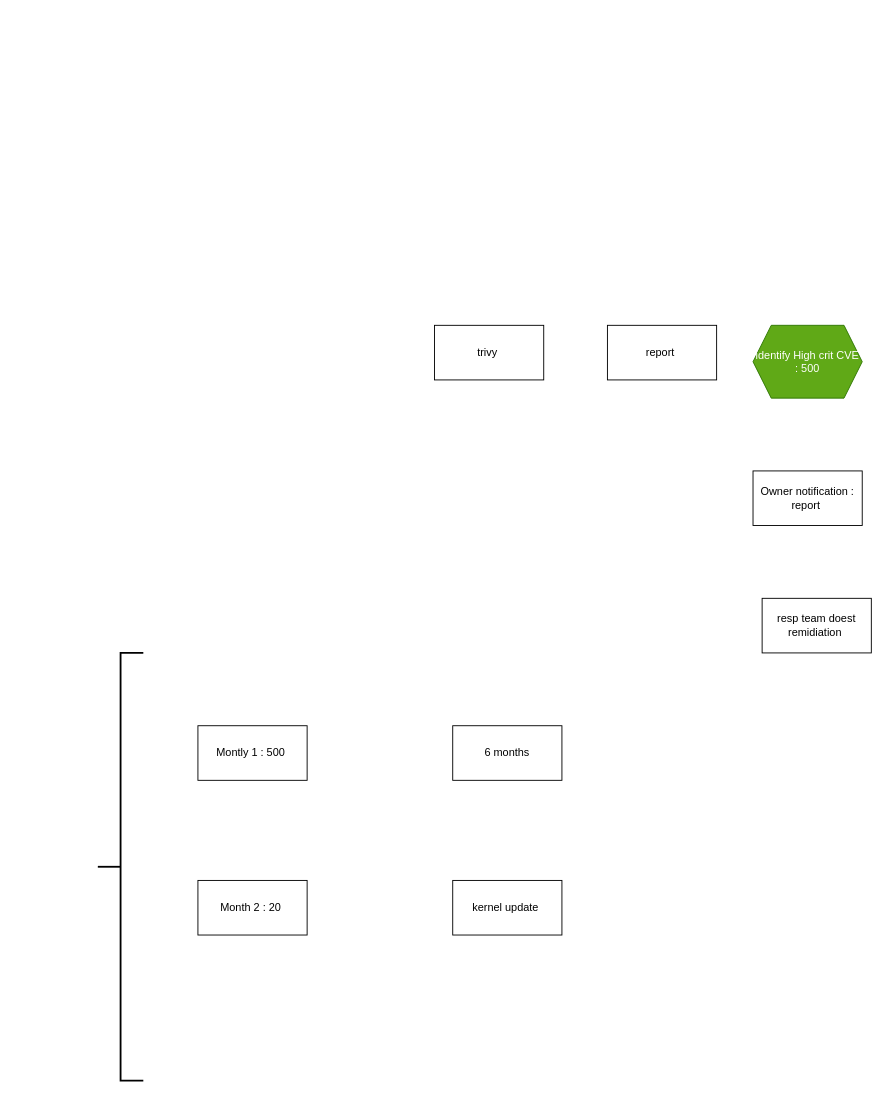
aaiyanna1/drawio keeps this draw.io diagram as possible_patching_cadence_flow.drawio. Above is the earlier version. Source tidied: cells renumbered, new cells numbered last; positions are measured from the earlier drawing's top-left corner, leaving out a move shared by most shapes. Both pictures are drawn from the tidied source at 91%, with x=0, y=0 at pixel (97, 325).
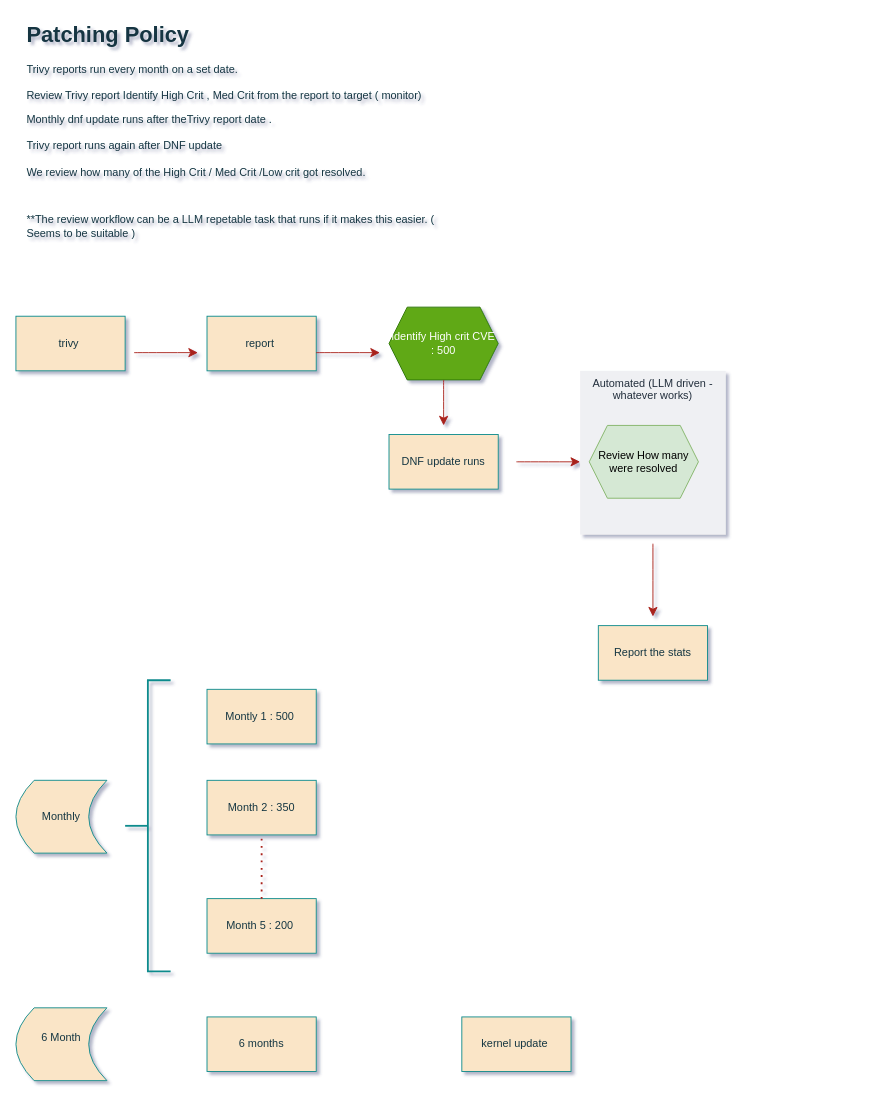
After the change.

Diff of the diagram source:
```diff
@@
-<mxGraphModel>
+<mxGraphModel shadow="1">
@@
+    <mxCell id="12" value="Automated (LLM driven - whatever works)" style="fillColor=#EFF0F3;strokeColor=none;dashed=0;verticalAlign=top;fontStyle=0;fontColor=#232F3D;whiteSpace=wrap;html=1;" parent="1" vertex="1">
+      <mxGeometry x="530" y="50" width="160" height="180" as="geometry" />
+    </mxCell>
-    <mxCell id="2" value="trivy&amp;nbsp;" style="rounded=0;whiteSpace=wrap;html=1;" parent="1" vertex="1">
-      <mxGeometry x="370" width="120" height="60" as="geometry" />
+    <mxCell id="2" value="trivy&amp;nbsp;" style="rounded=0;whiteSpace=wrap;html=1;labelBackgroundColor=none;fillColor=#FAE5C7;strokeColor=#0F8B8D;fontColor=#143642;" parent="1" vertex="1">
+      <mxGeometry x="-90" y="-10" width="120" height="60" as="geometry" />
     </mxCell>
-    <mxCell id="3" value="report&amp;nbsp;" style="rounded=0;whiteSpace=wrap;html=1;" parent="1" vertex="1">
-      <mxGeometry x="560" width="120" height="60" as="geometry" />
+    <mxCell id="3" value="report&amp;nbsp;" style="rounded=0;whiteSpace=wrap;html=1;labelBackgroundColor=none;fillColor=#FAE5C7;strokeColor=#0F8B8D;fontColor=#143642;" parent="1" vertex="1">
+      <mxGeometry x="120" y="-10" width="120" height="60" as="geometry" />
     </mxCell>
-    <mxCell id="4" value="identify High crit CVE : 500" style="shape=hexagon;perimeter=hexagonPerimeter2;whiteSpace=wrap;html=1;shapeInside=1;fixedSize=1;fillColor=#60a917;fontColor=#ffffff;strokeColor=#2D7600;" parent="1" vertex="1">
-      <mxGeometry x="720" width="120" height="80" as="geometry" />
+    <mxCell id="4" value="identify High crit CVE : 500" style="shape=hexagon;perimeter=hexagonPerimeter2;whiteSpace=wrap;html=1;shapeInside=1;fixedSize=1;fillColor=#60a917;fontColor=#ffffff;strokeColor=#2D7600;labelBackgroundColor=none;rounded=0;" parent="1" vertex="1">
+      <mxGeometry x="320" y="-20" width="120" height="80" as="geometry" />
     </mxCell>
-    <mxCell id="5" value="Owner notification : report&amp;nbsp;" style="rounded=0;whiteSpace=wrap;html=1;" parent="1" vertex="1">
-      <mxGeometry x="720" y="160" width="120" height="60" as="geometry" />
+    <mxCell id="5" value="DNF update runs" style="rounded=0;whiteSpace=wrap;html=1;labelBackgroundColor=none;fillColor=#FAE5C7;strokeColor=#0F8B8D;fontColor=#143642;" parent="1" vertex="1">
+      <mxGeometry x="320" y="120" width="120" height="60" as="geometry" />
     </mxCell>
-    <mxCell id="6" value="resp team doest remidiation&amp;nbsp;" style="rounded=0;whiteSpace=wrap;html=1;" parent="1" vertex="1">
-      <mxGeometry x="730" y="300" width="120" height="60" as="geometry" />
+    <mxCell id="6" value="Report the stats" style="rounded=0;whiteSpace=wrap;html=1;labelBackgroundColor=none;fillColor=#FAE5C7;strokeColor=#0F8B8D;fontColor=#143642;" parent="1" vertex="1">
+      <mxGeometry x="550" y="330" width="120" height="60" as="geometry" />
     </mxCell>
-    <mxCell id="7" value="Montly 1 : 500&amp;nbsp;" style="rounded=0;whiteSpace=wrap;html=1;" parent="1" vertex="1">
-      <mxGeometry x="110" y="440" width="120" height="60" as="geometry" />
+    <mxCell id="7" value="Montly 1 : 500&amp;nbsp;" style="rounded=0;whiteSpace=wrap;html=1;labelBackgroundColor=none;fillColor=#FAE5C7;strokeColor=#0F8B8D;fontColor=#143642;" parent="1" vertex="1">
+      <mxGeometry x="120" y="400" width="120" height="60" as="geometry" />
     </mxCell>
-    <mxCell id="8" value="6 months" style="rounded=0;whiteSpace=wrap;html=1;" parent="1" vertex="1">
-      <mxGeometry x="390" y="440" width="120" height="60" as="geometry" />
+    <mxCell id="8" value="6 months" style="rounded=0;whiteSpace=wrap;html=1;labelBackgroundColor=none;fillColor=#FAE5C7;strokeColor=#0F8B8D;fontColor=#143642;" parent="1" vertex="1">
+      <mxGeometry x="120" y="760" width="120" height="60" as="geometry" />
     </mxCell>
-    <mxCell id="9" value="Month 2 : 20&amp;nbsp;" style="rounded=0;whiteSpace=wrap;html=1;" parent="1" vertex="1">
-      <mxGeometry x="110" y="610" width="120" height="60" as="geometry" />
+    <mxCell id="9" value="Month 2 : 350" style="rounded=0;whiteSpace=wrap;html=1;labelBackgroundColor=none;fillColor=#FAE5C7;strokeColor=#0F8B8D;fontColor=#143642;" parent="1" vertex="1">
+      <mxGeometry x="120" y="500" width="120" height="60" as="geometry" />
     </mxCell>
-    <mxCell id="10" value="kernel update&amp;nbsp;" style="rounded=0;whiteSpace=wrap;html=1;" parent="1" vertex="1">
-      <mxGeometry x="390" y="610" width="120" height="60" as="geometry" />
+    <mxCell id="10" value="kernel update&amp;nbsp;" style="rounded=0;whiteSpace=wrap;html=1;labelBackgroundColor=none;fillColor=#FAE5C7;strokeColor=#0F8B8D;fontColor=#143642;" parent="1" vertex="1">
+      <mxGeometry x="400" y="760" width="120" height="60" as="geometry" />
     </mxCell>
-    <mxCell id="11" style="strokeWidth=2;html=1;shape=mxgraph.flowchart.annotation_2;align=left;labelPosition=right;" parent="1" vertex="1">
-      <mxGeometry y="360" width="50" height="470" as="geometry" />
+    <mxCell id="11" style="strokeWidth=2;html=1;shape=mxgraph.flowchart.annotation_2;align=left;labelPosition=right;labelBackgroundColor=none;fillColor=#FAE5C7;strokeColor=#0F8B8D;fontColor=#143642;rounded=0;" parent="1" vertex="1">
+      <mxGeometry x="30" y="390" width="50" height="320" as="geometry" />
     </mxCell>
+    <mxCell id="13" value="Month 5 : 200&amp;nbsp;" style="rounded=0;whiteSpace=wrap;html=1;labelBackgroundColor=none;fillColor=#FAE5C7;strokeColor=#0F8B8D;fontColor=#143642;" parent="1" vertex="1">
+      <mxGeometry x="120" y="630" width="120" height="60" as="geometry" />
+    </mxCell>
+    <mxCell id="14" style="endArrow=none;dashed=1;html=1;dashPattern=1 3;strokeWidth=2;rounded=0;fontSize=12;startSize=8;endSize=8;curved=1;exitX=0.5;exitY=0;exitDx=0;exitDy=0;entryX=0.5;entryY=1;entryDx=0;entryDy=0;labelBackgroundColor=none;strokeColor=#A8201A;fontColor=default;" parent="1" edge="1" source="13" target="9">
+      <mxGeometry relative="1" as="geometry" />
+    </mxCell>
+    <mxCell id="15" value="Monthly" style="shape=dataStorage;whiteSpace=wrap;html=1;shapeInside=1;fixedSize=1;labelBackgroundColor=none;fillColor=#FAE5C7;strokeColor=#0F8B8D;fontColor=#143642;rounded=0;" parent="1" vertex="1">
+      <mxGeometry x="-90" y="500" width="100" height="80" as="geometry" />
+    </mxCell>
+    <mxCell id="16" value="&lt;h1 style=&quot;margin-top: 0px;&quot;&gt;Patching Policy&lt;/h1&gt;&lt;div&gt;Trivy reports run every month on a set date.&amp;nbsp;&lt;/div&gt;&lt;div&gt;&lt;br&gt;&lt;/div&gt;&lt;div&gt;Review Trivy report Identify High Crit , Med Crit from the report to target ( monitor)&lt;/div&gt;&lt;p&gt;Monthly dnf update runs after theTrivy report date .&lt;br&gt;&lt;br&gt;Trivy report runs again after DNF update &lt;br&gt;&lt;br&gt;We review how many of the High Crit / Med Crit /Low crit got resolved.&amp;nbsp;&lt;/p&gt;&lt;p&gt;&lt;br&gt;&lt;/p&gt;&lt;p&gt;**The review workflow can be a LLM repetable task that runs if it makes this easier. ( Seems to be suitable )&amp;nbsp;&lt;/p&gt;" style="text;html=1;whiteSpace=wrap;overflow=hidden;rounded=0;labelBackgroundColor=none;fontColor=#143642;" parent="1" vertex="1">
+      <mxGeometry x="-80" y="-340" width="490" height="290" as="geometry" />
+    </mxCell>
+    <mxCell id="17" value="Review How many were resolved" style="shape=hexagon;perimeter=hexagonPerimeter2;whiteSpace=wrap;html=1;shapeInside=1;fixedSize=1;fillColor=#d5e8d4;strokeColor=#82b366;labelBackgroundColor=none;rounded=0;" parent="1" vertex="1">
+      <mxGeometry x="540" y="110" width="120" height="80" as="geometry" />
+    </mxCell>
+    <mxCell id="18" style="endArrow=classic;html=1;rounded=0;strokeColor=#A8201A;fontSize=12;fontColor=#143642;startSize=8;endSize=8;curved=1;fillColor=#FAE5C7;" parent="1" edge="1">
+      <mxGeometry relative="1" as="geometry">
+        <mxPoint x="40" y="30" as="sourcePoint" />
+        <mxPoint x="110" y="30" as="targetPoint" />
+      </mxGeometry>
+    </mxCell>
+    <mxCell id="19" style="endArrow=classic;html=1;rounded=0;strokeColor=#A8201A;fontSize=12;fontColor=#143642;startSize=8;endSize=8;curved=1;fillColor=#FAE5C7;" parent="1" edge="1">
+      <mxGeometry relative="1" as="geometry">
+        <mxPoint x="240" y="30" as="sourcePoint" />
+        <mxPoint x="310" y="30" as="targetPoint" />
+      </mxGeometry>
+    </mxCell>
+    <mxCell id="20" style="endArrow=classic;html=1;rounded=0;strokeColor=#A8201A;fontSize=12;fontColor=#143642;startSize=8;endSize=8;curved=1;fillColor=#FAE5C7;" parent="1" edge="1">
+      <mxGeometry relative="1" as="geometry">
+        <mxPoint x="460" y="150" as="sourcePoint" />
+        <mxPoint x="530" y="150" as="targetPoint" />
+      </mxGeometry>
+    </mxCell>
+    <mxCell id="21" style="endArrow=classic;html=1;rounded=0;strokeColor=#A8201A;fontSize=12;fontColor=#143642;startSize=8;endSize=8;curved=1;fillColor=#FAE5C7;" parent="1" edge="1">
+      <mxGeometry relative="1" as="geometry">
+        <mxPoint x="610" y="240" as="sourcePoint" />
+        <mxPoint x="610" y="320" as="targetPoint" />
+      </mxGeometry>
+    </mxCell>
+    <mxCell id="22" style="endArrow=classic;html=1;rounded=0;strokeColor=#A8201A;fontSize=12;fontColor=#143642;startSize=8;endSize=8;curved=1;fillColor=#FAE5C7;exitX=0.5;exitY=1;exitDx=0;exitDy=0;" parent="1" edge="1" source="4">
+      <mxGeometry relative="1" as="geometry">
+        <mxPoint x="380" y="110" as="targetPoint" />
+      </mxGeometry>
+    </mxCell>
+    <mxCell id="23" value="6 Month&lt;div&gt;&lt;br/&gt;&lt;/div&gt;" style="shape=dataStorage;whiteSpace=wrap;html=1;shapeInside=1;fixedSize=1;labelBackgroundColor=none;fillColor=#FAE5C7;strokeColor=#0F8B8D;fontColor=#143642;rounded=0;" parent="1" vertex="1">
+      <mxGeometry x="-90" y="750" width="100" height="80" as="geometry" />
+    </mxCell>
```
